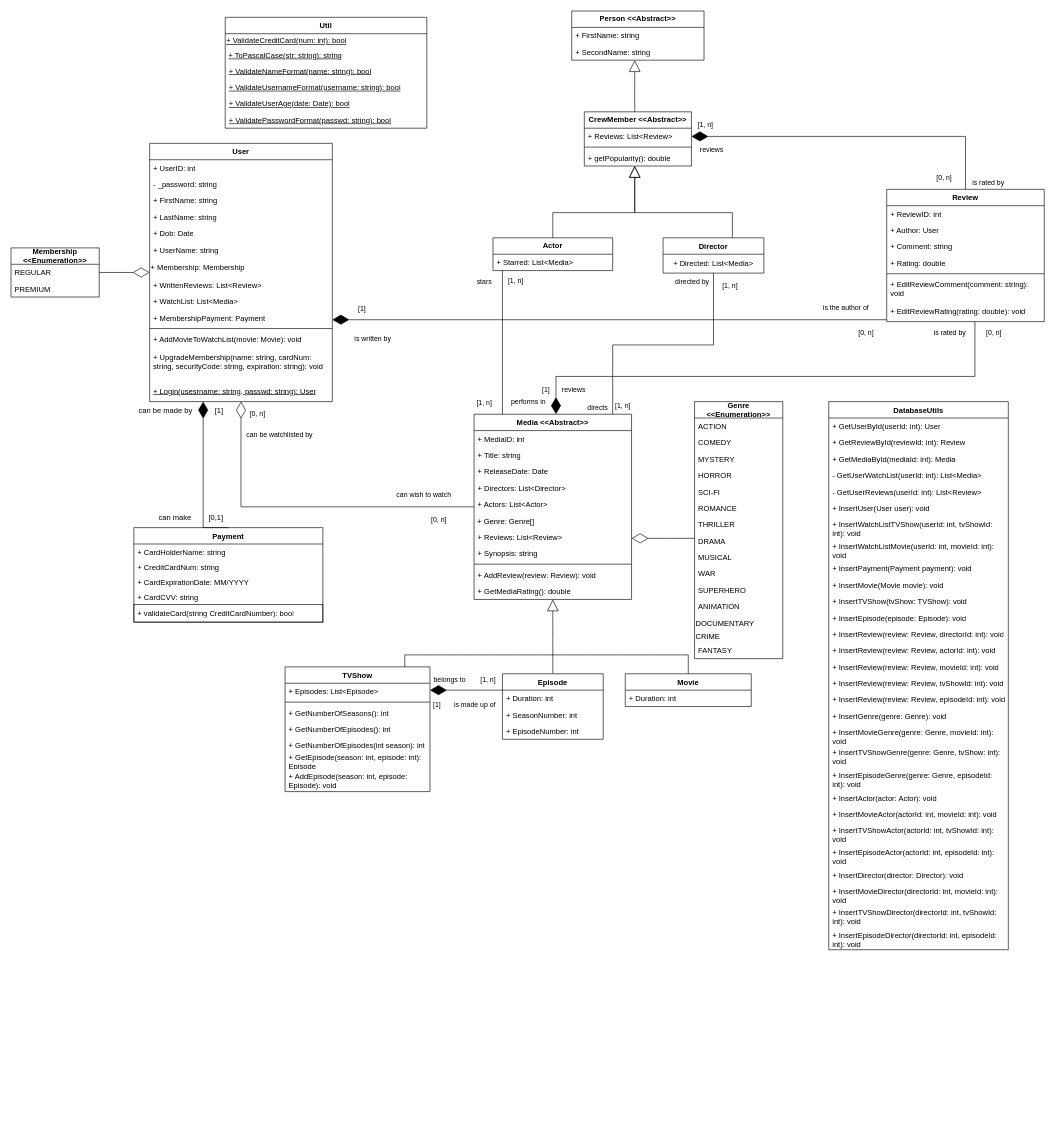
Above: doc/diagrams/MovieClassDiagramUML.drawio in JawnMikel/Project (draw.io), before the change. Source tidied: cells renumbered, new cells numbered last; positions are measured from the earlier drawing's top-left corner, leaving out a move shared by most shapes. Both pictures are drawn from the tidied source at 63%, with x=0, y=0 at pixel (11, 11).
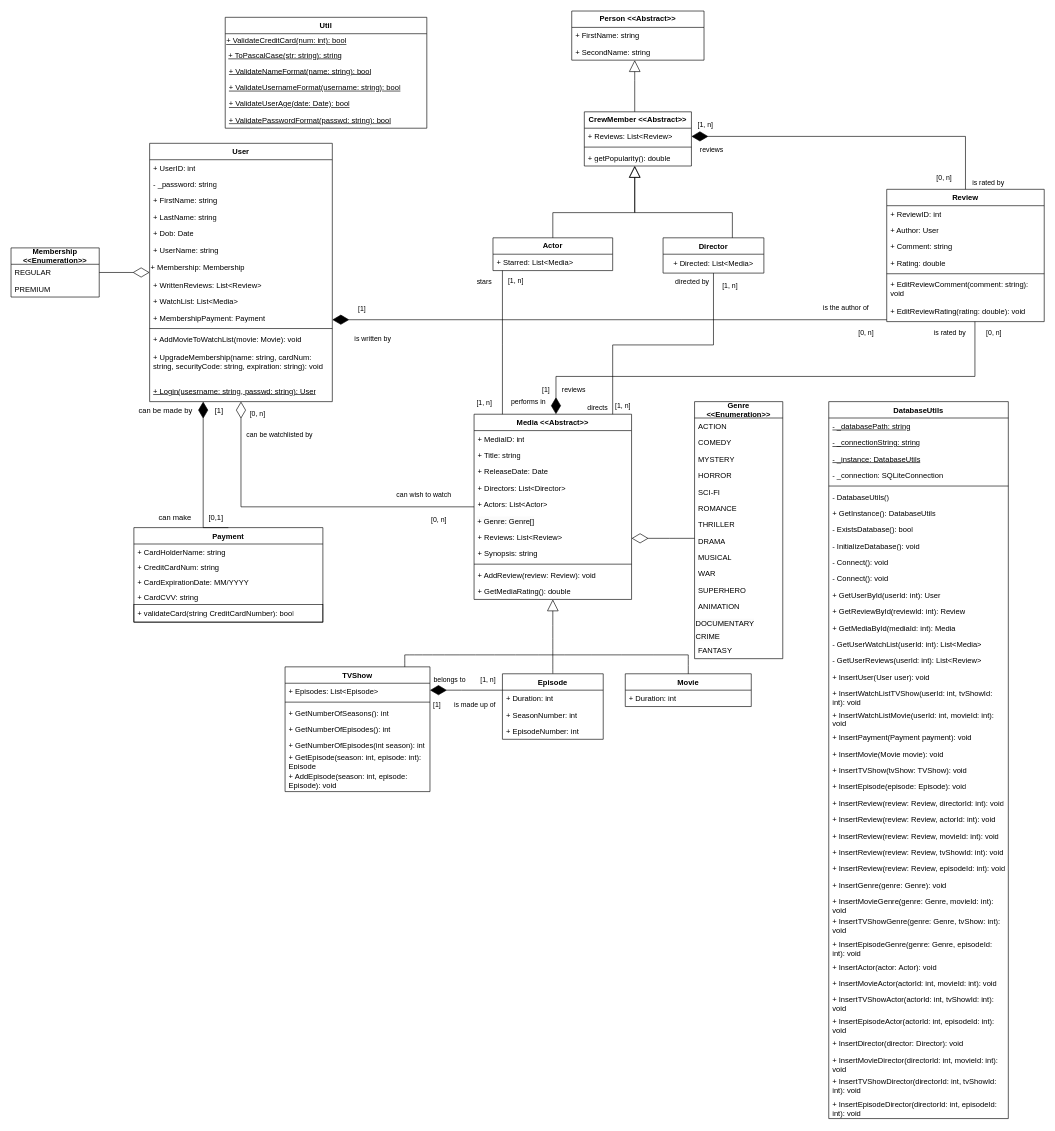
The same page after the edit.

Commit message:
Update the DatabaseUtils class diagram to add the fields of the class and the singleton methods.

Change to the diagram source:
```diff
@@
     <mxCell id="138" value="DatabaseUtils" style="swimlane;fontStyle=1;align=center;verticalAlign=top;horizontal=1;startSize=26;whiteSpace=wrap;html=1;" parent="1" vertex="1">
-      <mxGeometry x="1298" y="620" width="285" height="870" as="geometry" />
+      <mxGeometry x="1298" y="620" width="285" height="1138" as="geometry" />
     </mxCell>
+    <mxCell id="173" value="&lt;u&gt;- _databasePath: string&lt;/u&gt;" style="text;strokeColor=none;fillColor=none;align=left;verticalAlign=top;spacingLeft=4;spacingRight=4;overflow=hidden;whiteSpace=wrap;html=1;" parent="138" vertex="1">
+      <mxGeometry y="26" width="285" height="26" as="geometry" />
+    </mxCell>
+    <mxCell id="174" value="&lt;u&gt;- _connectionString: string&lt;/u&gt;" style="text;strokeColor=none;fillColor=none;align=left;verticalAlign=top;spacingLeft=4;spacingRight=4;overflow=hidden;whiteSpace=wrap;html=1;" parent="138" vertex="1">
+      <mxGeometry y="52" width="285" height="26" as="geometry" />
+    </mxCell>
+    <mxCell id="175" value="&lt;u&gt;- _instance: DatabaseUtils&lt;/u&gt;" style="text;strokeColor=none;fillColor=none;align=left;verticalAlign=top;spacingLeft=4;spacingRight=4;overflow=hidden;whiteSpace=wrap;html=1;" parent="138" vertex="1">
+      <mxGeometry y="78" width="285" height="26" as="geometry" />
+    </mxCell>
+    <mxCell id="176" value="- _connection: SQLiteConnection" style="text;strokeColor=none;fillColor=none;align=left;verticalAlign=top;spacingLeft=4;spacingRight=4;overflow=hidden;whiteSpace=wrap;html=1;" parent="138" vertex="1">
+      <mxGeometry y="104" width="285" height="26" as="geometry" />
+    </mxCell>
+    <mxCell id="177" style="line;strokeWidth=1;fillColor=none;align=left;verticalAlign=middle;spacingTop=-1;spacingLeft=3;spacingRight=3;labelPosition=right;strokeColor=inherit;" parent="138" vertex="1">
+      <mxGeometry y="130" width="285" height="8" as="geometry" />
+    </mxCell>
-    <mxCell id="139" value="+ GetUserById(userId: int): User" style="text;strokeColor=none;fillColor=none;align=left;verticalAlign=top;spacingLeft=4;spacingRight=4;overflow=hidden;whiteSpace=wrap;html=1;" parent="138" vertex="1">
-      <mxGeometry y="26" width="285" height="26" as="geometry" />
+    <mxCell id="139" value="- DatabaseUtils()" style="text;strokeColor=none;fillColor=none;align=left;verticalAlign=top;spacingLeft=4;spacingRight=4;overflow=hidden;whiteSpace=wrap;html=1;" parent="138" vertex="1">
+      <mxGeometry y="138" width="285" height="26" as="geometry" />
     </mxCell>
+    <mxCell id="178" value="+ GetInstance(): DatabaseUtils" style="text;strokeColor=none;fillColor=none;align=left;verticalAlign=top;spacingLeft=4;spacingRight=4;overflow=hidden;whiteSpace=wrap;html=1;" parent="138" vertex="1">
+      <mxGeometry y="164" width="285" height="26" as="geometry" />
+    </mxCell>
+    <mxCell id="179" value="- ExistsDatabase(): bool" style="text;strokeColor=none;fillColor=none;align=left;verticalAlign=top;spacingLeft=4;spacingRight=4;overflow=hidden;whiteSpace=wrap;html=1;" parent="138" vertex="1">
+      <mxGeometry y="190" width="285" height="26" as="geometry" />
+    </mxCell>
+    <mxCell id="180" value="- InitializeDatabase(): void" style="text;strokeColor=none;fillColor=none;align=left;verticalAlign=top;spacingLeft=4;spacingRight=4;overflow=hidden;whiteSpace=wrap;html=1;" parent="138" vertex="1">
+      <mxGeometry y="216" width="285" height="26" as="geometry" />
+    </mxCell>
+    <mxCell id="181" value="- Connect(): void" style="text;strokeColor=none;fillColor=none;align=left;verticalAlign=top;spacingLeft=4;spacingRight=4;overflow=hidden;whiteSpace=wrap;html=1;" parent="138" vertex="1">
+      <mxGeometry y="242" width="285" height="26" as="geometry" />
+    </mxCell>
+    <mxCell id="182" value="- Connect(): void" style="text;strokeColor=none;fillColor=none;align=left;verticalAlign=top;spacingLeft=4;spacingRight=4;overflow=hidden;whiteSpace=wrap;html=1;" parent="138" vertex="1">
+      <mxGeometry y="268" width="285" height="26" as="geometry" />
+    </mxCell>
+    <mxCell id="183" value="+ GetUserById(userId: int): User" style="text;strokeColor=none;fillColor=none;align=left;verticalAlign=top;spacingLeft=4;spacingRight=4;overflow=hidden;whiteSpace=wrap;html=1;" parent="138" vertex="1">
+      <mxGeometry y="294" width="285" height="26" as="geometry" />
+    </mxCell>
     <mxCell id="140" value="+ GetReviewById(reviewId: int): Review" style="text;strokeColor=none;fillColor=none;align=left;verticalAlign=top;spacingLeft=4;spacingRight=4;overflow=hidden;whiteSpace=wrap;html=1;" parent="138" vertex="1">
-      <mxGeometry y="52" width="285" height="26" as="geometry" />
+      <mxGeometry y="320" width="285" height="26" as="geometry" />
     </mxCell>
     <mxCell id="141" value="+ GetMediaById(mediaId: int): Media" style="text;strokeColor=none;fillColor=none;align=left;verticalAlign=top;spacingLeft=4;spacingRight=4;overflow=hidden;whiteSpace=wrap;html=1;" parent="138" vertex="1">
-      <mxGeometry y="78" width="285" height="26" as="geometry" />
+      <mxGeometry y="346" width="285" height="26" as="geometry" />
     </mxCell>
     <mxCell id="142" value="- GetUserWatchList(userId: int): List&amp;lt;Media&amp;gt;" style="text;strokeColor=none;fillColor=none;align=left;verticalAlign=top;spacingLeft=4;spacingRight=4;overflow=hidden;whiteSpace=wrap;html=1;" parent="138" vertex="1">
-      <mxGeometry y="104" width="285" height="26" as="geometry" />
+      <mxGeometry y="372" width="285" height="26" as="geometry" />
     </mxCell>
     <mxCell id="143" value="- GetUserReviews(userId: int): List&amp;lt;Review&amp;gt;" style="text;strokeColor=none;fillColor=none;align=left;verticalAlign=top;spacingLeft=4;spacingRight=4;overflow=hidden;whiteSpace=wrap;html=1;" parent="138" vertex="1">
-      <mxGeometry y="130" width="285" height="26" as="geometry" />
+      <mxGeometry y="398" width="285" height="26" as="geometry" />
     </mxCell>
     <mxCell id="144" value="+ InsertUser(User user): void" style="text;strokeColor=none;fillColor=none;align=left;verticalAlign=top;spacingLeft=4;spacingRight=4;overflow=hidden;whiteSpace=wrap;html=1;" parent="138" vertex="1">
-      <mxGeometry y="156" width="285" height="26" as="geometry" />
+      <mxGeometry y="424" width="285" height="26" as="geometry" />
     </mxCell>
     <mxCell id="145" value="+ InsertWatchListTVShow(userId: int, tvShowId: int): void" style="text;strokeColor=none;fillColor=none;align=left;verticalAlign=top;spacingLeft=4;spacingRight=4;overflow=hidden;whiteSpace=wrap;html=1;" parent="138" vertex="1">
-      <mxGeometry y="182" width="285" height="34" as="geometry" />
+      <mxGeometry y="450" width="285" height="34" as="geometry" />
     </mxCell>
     <mxCell id="146" value="+ InsertWatchListMovie(userId: int, movieId: int): void" style="text;strokeColor=none;fillColor=none;align=left;verticalAlign=top;spacingLeft=4;spacingRight=4;overflow=hidden;whiteSpace=wrap;html=1;" parent="138" vertex="1">
-      <mxGeometry y="216" width="285" height="36" as="geometry" />
+      <mxGeometry y="484" width="285" height="36" as="geometry" />
     </mxCell>
     <mxCell id="147" value="+ InsertPayment(Payment payment): void" style="text;strokeColor=none;fillColor=none;align=left;verticalAlign=top;spacingLeft=4;spacingRight=4;overflow=hidden;whiteSpace=wrap;html=1;" parent="138" vertex="1">
-      <mxGeometry y="252" width="285" height="26" as="geometry" />
+      <mxGeometry y="520" width="285" height="26" as="geometry" />
     </mxCell>
     <mxCell id="148" value="+ InsertMovie(Movie movie): void" style="text;strokeColor=none;fillColor=none;align=left;verticalAlign=top;spacingLeft=4;spacingRight=4;overflow=hidden;whiteSpace=wrap;html=1;" parent="138" vertex="1">
-      <mxGeometry y="278" width="285" height="26" as="geometry" />
+      <mxGeometry y="546" width="285" height="26" as="geometry" />
     </mxCell>
     <mxCell id="149" value="+ InsertTVShow(tvShow: TVShow): void" style="text;strokeColor=none;fillColor=none;align=left;verticalAlign=top;spacingLeft=4;spacingRight=4;overflow=hidden;whiteSpace=wrap;html=1;" parent="138" vertex="1">
-      <mxGeometry y="304" width="285" height="26" as="geometry" />
+      <mxGeometry y="572" width="285" height="26" as="geometry" />
     </mxCell>
     <mxCell id="150" value="+ InsertEpisode(episode: Episode): void" style="text;strokeColor=none;fillColor=none;align=left;verticalAlign=top;spacingLeft=4;spacingRight=4;overflow=hidden;whiteSpace=wrap;html=1;" parent="138" vertex="1">
-      <mxGeometry y="330" width="285" height="26" as="geometry" />
+      <mxGeometry y="598" width="285" height="26" as="geometry" />
     </mxCell>
     <mxCell id="151" value="+ InsertReview(review: Review, directorId: int): void" style="text;strokeColor=none;fillColor=none;align=left;verticalAlign=top;spacingLeft=4;spacingRight=4;overflow=hidden;whiteSpace=wrap;html=1;" parent="138" vertex="1">
-      <mxGeometry y="356" width="285" height="26" as="geometry" />
+      <mxGeometry y="624" width="285" height="26" as="geometry" />
     </mxCell>
     <mxCell id="152" value="+ InsertReview(review: Review, actorId: int): void" style="text;strokeColor=none;fillColor=none;align=left;verticalAlign=top;spacingLeft=4;spacingRight=4;overflow=hidden;whiteSpace=wrap;html=1;" parent="138" vertex="1">
-      <mxGeometry y="382" width="285" height="26" as="geometry" />
+      <mxGeometry y="650" width="285" height="26" as="geometry" />
     </mxCell>
     <mxCell id="153" value="+ InsertReview(review: Review, movieId: int): void" style="text;strokeColor=none;fillColor=none;align=left;verticalAlign=top;spacingLeft=4;spacingRight=4;overflow=hidden;whiteSpace=wrap;html=1;" parent="138" vertex="1">
-      <mxGeometry y="408" width="285" height="26" as="geometry" />
+      <mxGeometry y="676" width="285" height="26" as="geometry" />
     </mxCell>
     <mxCell id="154" value="+ InsertReview(review: Review, tvShowId: int): void" style="text;strokeColor=none;fillColor=none;align=left;verticalAlign=top;spacingLeft=4;spacingRight=4;overflow=hidden;whiteSpace=wrap;html=1;" parent="138" vertex="1">
-      <mxGeometry y="434" width="285" height="26" as="geometry" />
+      <mxGeometry y="702" width="285" height="26" as="geometry" />
     </mxCell>
     <mxCell id="155" value="+ InsertReview(review: Review, episodeId: int): void" style="text;strokeColor=none;fillColor=none;align=left;verticalAlign=top;spacingLeft=4;spacingRight=4;overflow=hidden;whiteSpace=wrap;html=1;" parent="138" vertex="1">
-      <mxGeometry y="460" width="285" height="26" as="geometry" />
+      <mxGeometry y="728" width="285" height="26" as="geometry" />
     </mxCell>
     <mxCell id="156" value="+ InsertGenre(genre: Genre): void" style="text;strokeColor=none;fillColor=none;align=left;verticalAlign=top;spacingLeft=4;spacingRight=4;overflow=hidden;whiteSpace=wrap;html=1;" parent="138" vertex="1">
-      <mxGeometry y="486" width="285" height="26" as="geometry" />
+      <mxGeometry y="754" width="285" height="26" as="geometry" />
     </mxCell>
     <mxCell id="157" value="+ InsertMovieGenre(genre: Genre, movieId: int): void" style="text;strokeColor=none;fillColor=none;align=left;verticalAlign=top;spacingLeft=4;spacingRight=4;overflow=hidden;whiteSpace=wrap;html=1;" parent="138" vertex="1">
-      <mxGeometry y="512" width="285" height="32" as="geometry" />
+      <mxGeometry y="780" width="285" height="32" as="geometry" />
     </mxCell>
     <mxCell id="158" value="+ InsertTVShowGenre(genre: Genre, tvShow: int): void" style="text;strokeColor=none;fillColor=none;align=left;verticalAlign=top;spacingLeft=4;spacingRight=4;overflow=hidden;whiteSpace=wrap;html=1;" parent="138" vertex="1">
-      <mxGeometry y="544" width="285" height="36" as="geometry" />
+      <mxGeometry y="812" width="285" height="36" as="geometry" />
     </mxCell>
     <mxCell id="159" value="+ InsertEpisodeGenre(genre: Genre, episodeId: int): void" style="text;strokeColor=none;fillColor=none;align=left;verticalAlign=top;spacingLeft=4;spacingRight=4;overflow=hidden;whiteSpace=wrap;html=1;" parent="138" vertex="1">
-      <mxGeometry y="580" width="285" height="36" as="geometry" />
+      <mxGeometry y="848" width="285" height="36" as="geometry" />
     </mxCell>
     <mxCell id="160" value="+ InsertActor(actor: Actor): void" style="text;strokeColor=none;fillColor=none;align=left;verticalAlign=top;spacingLeft=4;spacingRight=4;overflow=hidden;whiteSpace=wrap;html=1;" parent="138" vertex="1">
-      <mxGeometry y="616" width="285" height="26" as="geometry" />
+      <mxGeometry y="884" width="285" height="26" as="geometry" />
     </mxCell>
     <mxCell id="161" value="+ InsertMovieActor(actorId: int, movieId: int): void" style="text;strokeColor=none;fillColor=none;align=left;verticalAlign=top;spacingLeft=4;spacingRight=4;overflow=hidden;whiteSpace=wrap;html=1;" parent="138" vertex="1">
-      <mxGeometry y="642" width="285" height="26" as="geometry" />
+      <mxGeometry y="910" width="285" height="26" as="geometry" />
     </mxCell>
     <mxCell id="162" value="+ InsertTVShowActor(actorId: int, tvShowId: int): void" style="text;strokeColor=none;fillColor=none;align=left;verticalAlign=top;spacingLeft=4;spacingRight=4;overflow=hidden;whiteSpace=wrap;html=1;" parent="138" vertex="1">
-      <mxGeometry y="668" width="285" height="34" as="geometry" />
+      <mxGeometry y="936" width="285" height="34" as="geometry" />
     </mxCell>
     <mxCell id="163" value="+ InsertEpisodeActor(actorId: int, episodeId: int): void" style="text;strokeColor=none;fillColor=none;align=left;verticalAlign=top;spacingLeft=4;spacingRight=4;overflow=hidden;whiteSpace=wrap;html=1;" parent="138" vertex="1">
-      <mxGeometry y="702" width="285" height="36" as="geometry" />
+      <mxGeometry y="970" width="285" height="36" as="geometry" />
     </mxCell>
     <mxCell id="164" value="+ InsertDirector(director: Director): void" style="text;strokeColor=none;fillColor=none;align=left;verticalAlign=top;spacingLeft=4;spacingRight=4;overflow=hidden;whiteSpace=wrap;html=1;" parent="138" vertex="1">
-      <mxGeometry y="738" width="285" height="26" as="geometry" />
+      <mxGeometry y="1006" width="285" height="26" as="geometry" />
     </mxCell>
     <mxCell id="165" value="+ InsertMovieDirector(directorId: int, movieId: int): void" style="text;strokeColor=none;fillColor=none;align=left;verticalAlign=top;spacingLeft=4;spacingRight=4;overflow=hidden;whiteSpace=wrap;html=1;" parent="138" vertex="1">
-      <mxGeometry y="764" width="285" height="34" as="geometry" />
+      <mxGeometry y="1032" width="285" height="34" as="geometry" />
     </mxCell>
     <mxCell id="166" value="+ InsertTVShowDirector(directorId: int, tvShowId: int): void" style="text;strokeColor=none;fillColor=none;align=left;verticalAlign=top;spacingLeft=4;spacingRight=4;overflow=hidden;whiteSpace=wrap;html=1;" parent="138" vertex="1">
-      <mxGeometry y="798" width="285" height="36" as="geometry" />
+      <mxGeometry y="1066" width="285" height="36" as="geometry" />
     </mxCell>
     <mxCell id="167" value="+ InsertEpisodeDirector(directorId: int, episodeId: int): void" style="text;strokeColor=none;fillColor=none;align=left;verticalAlign=top;spacingLeft=4;spacingRight=4;overflow=hidden;whiteSpace=wrap;html=1;" parent="138" vertex="1">
-      <mxGeometry y="834" width="285" height="36" as="geometry" />
+      <mxGeometry y="1102" width="285" height="36" as="geometry" />
     </mxCell>
```
